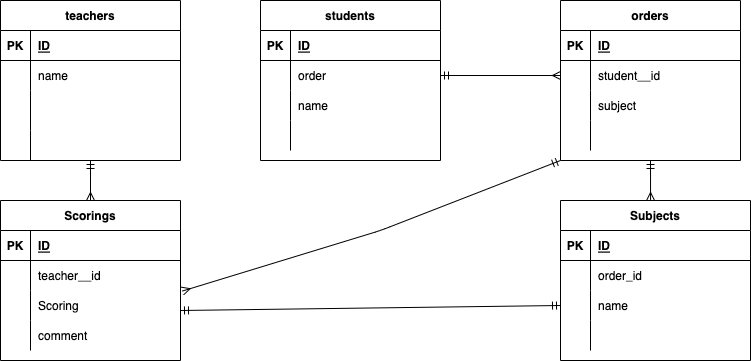
Before: test.drawio.png, a diagram exported from draw.io (daiki239/20220701-). Source tidied: cells renumbered, new cells last; positions are measured from the earlier drawing's top-left corner, leaving out a move shared by most shapes.
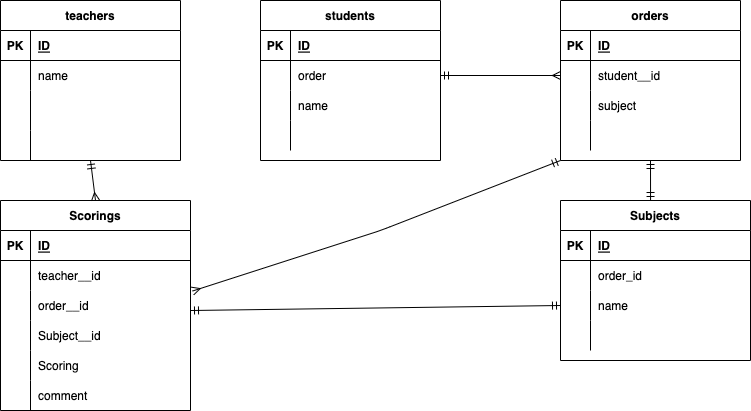
Later version of the same file.

The edit, as a diff of the source:
```diff
@@ -81,44 +81,62 @@
       <mxGeometry x="30" width="150" height="30" as="geometry" />
     </mxCell>
     <mxCell id="28" value="Scorings" style="shape=table;startSize=30;rowLines=0;fontStyle=1;align=center;" parent="1" vertex="1">
-      <mxGeometry y="200" width="180" height="160" as="geometry" />
+      <mxGeometry y="200" width="190" height="210" as="geometry" />
     </mxCell>
     <mxCell id="29" style="shape=partialRectangle;fillColor=none;top=0;left=0;bottom=1;right=0;" parent="28" vertex="1">
-      <mxGeometry y="30" width="180" height="30" as="geometry" />
+      <mxGeometry y="30" width="190" height="30" as="geometry" />
     </mxCell>
     <mxCell id="30" value="PK" style="shape=partialRectangle;fillColor=none;top=0;left=0;bottom=0;right=0;fontStyle=1;overflow=hidden;" parent="29" vertex="1">
       <mxGeometry width="30" height="30" as="geometry" />
     </mxCell>
     <mxCell id="31" value="ID" style="shape=partialRectangle;fillColor=none;top=0;left=0;bottom=0;right=0;align=left;spacingLeft=6;fontStyle=5;overflow=hidden;" parent="29" vertex="1">
-      <mxGeometry x="30" width="150" height="30" as="geometry" />
+      <mxGeometry x="30" width="160" height="30" as="geometry" />
     </mxCell>
     <mxCell id="32" style="shape=partialRectangle;fillColor=none;top=0;left=0;bottom=0;right=0;" parent="28" vertex="1">
-      <mxGeometry y="60" width="180" height="30" as="geometry" />
+      <mxGeometry y="60" width="190" height="30" as="geometry" />
     </mxCell>
     <mxCell id="33" style="shape=partialRectangle;fillColor=none;top=0;left=0;bottom=0;right=0;overflow=hidden;" parent="32" vertex="1">
       <mxGeometry width="30" height="30" as="geometry" />
     </mxCell>
     <mxCell id="34" value="teacher__id" style="shape=partialRectangle;fillColor=none;top=0;left=0;bottom=0;right=0;align=left;spacingLeft=6;overflow=hidden;" parent="32" vertex="1">
-      <mxGeometry x="30" width="150" height="30" as="geometry" />
+      <mxGeometry x="30" width="160" height="30" as="geometry" />
     </mxCell>
     <mxCell id="35" style="shape=partialRectangle;fillColor=none;top=0;left=0;bottom=0;right=0;points=[[0,0.5],[1,0.5]];portConstraint=eastwest;" parent="28" vertex="1">
-      <mxGeometry y="90" width="180" height="30" as="geometry" />
+      <mxGeometry y="90" width="190" height="30" as="geometry" />
     </mxCell>
     <mxCell id="36" style="shape=partialRectangle;fillColor=none;top=0;left=0;bottom=0;right=0;overflow=hidden;" parent="35" vertex="1">
       <mxGeometry width="30" height="30" as="geometry" />
     </mxCell>
-    <mxCell id="37" value="Scoring" style="shape=partialRectangle;fillColor=none;top=0;left=0;bottom=0;right=0;align=left;spacingLeft=6;overflow=hidden;" parent="35" vertex="1">
-      <mxGeometry x="30" width="150" height="30" as="geometry" />
+    <mxCell id="37" value="order__id" style="shape=partialRectangle;fillColor=none;top=0;left=0;bottom=0;right=0;align=left;spacingLeft=6;overflow=hidden;" parent="35" vertex="1">
+      <mxGeometry x="30" width="160" height="30" as="geometry" />
     </mxCell>
     <mxCell id="38" style="shape=partialRectangle;fillColor=none;top=0;left=0;bottom=0;right=0;" parent="28" vertex="1">
-      <mxGeometry y="120" width="180" height="30" as="geometry" />
+      <mxGeometry y="120" width="190" height="30" as="geometry" />
     </mxCell>
     <mxCell id="39" style="shape=partialRectangle;fillColor=none;top=0;left=0;bottom=0;right=0;overflow=hidden;" parent="38" vertex="1">
       <mxGeometry width="30" height="30" as="geometry" />
     </mxCell>
-    <mxCell id="40" value="comment" style="shape=partialRectangle;fillColor=none;top=0;left=0;bottom=0;right=0;align=left;spacingLeft=6;overflow=hidden;" parent="38" vertex="1">
-      <mxGeometry x="30" width="150" height="30" as="geometry" />
+    <mxCell id="40" value="Subject__id" style="shape=partialRectangle;fillColor=none;top=0;left=0;bottom=0;right=0;align=left;spacingLeft=6;overflow=hidden;" parent="38" vertex="1">
+      <mxGeometry x="30" width="160" height="30" as="geometry" />
     </mxCell>
+    <mxCell id="72" style="shape=partialRectangle;fillColor=none;top=0;left=0;bottom=0;right=0;" parent="28" vertex="1">
+      <mxGeometry y="150" width="190" height="30" as="geometry" />
+    </mxCell>
+    <mxCell id="73" style="shape=partialRectangle;fillColor=none;top=0;left=0;bottom=0;right=0;overflow=hidden;" parent="72" vertex="1">
+      <mxGeometry width="30" height="30" as="geometry" />
+    </mxCell>
+    <mxCell id="74" value="Scoring" style="shape=partialRectangle;fillColor=none;top=0;left=0;bottom=0;right=0;align=left;spacingLeft=6;overflow=hidden;" parent="72" vertex="1">
+      <mxGeometry x="30" width="160" height="30" as="geometry" />
+    </mxCell>
+    <mxCell id="75" style="shape=partialRectangle;fillColor=none;top=0;left=0;bottom=0;right=0;" parent="28" vertex="1">
+      <mxGeometry y="180" width="190" height="30" as="geometry" />
+    </mxCell>
+    <mxCell id="76" style="shape=partialRectangle;fillColor=none;top=0;left=0;bottom=0;right=0;overflow=hidden;" parent="75" vertex="1">
+      <mxGeometry width="30" height="30" as="geometry" />
+    </mxCell>
+    <mxCell id="77" value="comment" style="shape=partialRectangle;fillColor=none;top=0;left=0;bottom=0;right=0;align=left;spacingLeft=6;overflow=hidden;" parent="75" vertex="1">
+      <mxGeometry x="30" width="160" height="30" as="geometry" />
+    </mxCell>
     <mxCell id="41" style="html=1;targetPerimeterSpacing=8;endArrow=ERmany;endFill=0;startArrow=ERmandOne;startFill=0;entryX=0.5;entryY=0;entryDx=0;entryDy=0;" parent="1" edge="1" target="28">
       <mxGeometry relative="1" as="geometry">
         <mxPoint x="90" y="160" as="sourcePoint" />
@@ -212,13 +230,11 @@
     <mxCell id="69" style="shape=partialRectangle;fillColor=none;top=0;left=0;bottom=0;right=0;align=left;spacingLeft=6;overflow=hidden;" parent="67" vertex="1">
       <mxGeometry x="30" width="160" height="30" as="geometry" />
     </mxCell>
-    <mxCell id="70" style="html=1;targetPerimeterSpacing=8;endArrow=ERmany;endFill=0;startArrow=ERmandOne;startFill=0;entryX=0.474;entryY=0;entryDx=0;entryDy=0;exitX=0.5;exitY=1;exitDx=0;exitDy=0;entryPerimeter=0;" parent="1" edge="1" source="43" target="57">
+    <mxCell id="70" style="html=1;targetPerimeterSpacing=8;endArrow=ERmandOne;endFill=0;startArrow=ERmandOne;startFill=0;entryX=0.474;entryY=0;entryDx=0;entryDy=0;exitX=0.5;exitY=1;exitDx=0;exitDy=0;entryPerimeter=0;" parent="1" edge="1" source="43" target="57">
       <mxGeometry relative="1" as="geometry" />
     </mxCell>
-    <mxCell id="71" style="html=1;targetPerimeterSpacing=8;endArrow=ERmandOne;endFill=0;startArrow=ERmandOne;startFill=0;exitX=1;exitY=1;exitDx=0;exitDy=0;entryX=0;entryY=0.5;entryDx=0;entryDy=0;" parent="1" edge="1" target="64">
-      <mxGeometry relative="1" as="geometry">
-        <mxPoint x="180" y="310" as="sourcePoint" />
-      </mxGeometry>
+    <mxCell id="71" style="html=1;targetPerimeterSpacing=8;endArrow=ERmandOne;endFill=0;startArrow=ERmandOne;startFill=0;entryX=0;entryY=0.5;entryDx=0;entryDy=0;exitX=1;exitY=0.667;exitDx=0;exitDy=0;exitPerimeter=0;" parent="1" edge="1" source="35" target="64">
+      <mxGeometry relative="1" as="geometry" />
     </mxCell>
   </root>
 </mxGraphModel>
```
